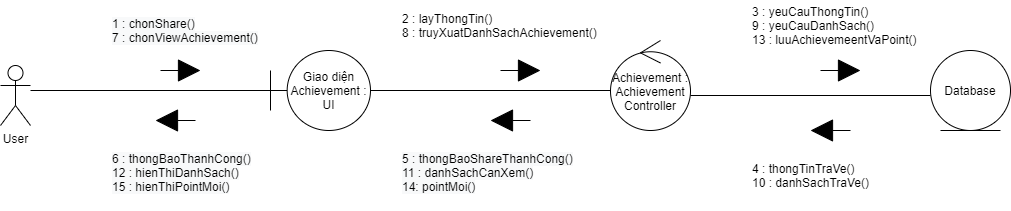
The draw.io diagram ToDoApp-Doc/Document/Diagram/Collaboration Diagram/Achievement/Achievement_CollaborationDiagram.png in Merevoli-DatLuu/To-Do-App, before a commit. Source tidied: cells renumbered, new cells last; positions are measured from the earlier drawing's top-left corner, leaving out a move shared by most shapes.
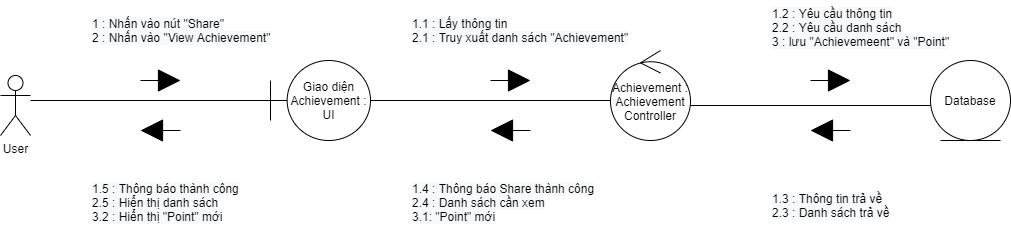
After the commit.

Commit message:
[Modified] : Achievement_CollaborationDiagram Image

What changed in the source:
```diff
@@ -16,8 +16,8 @@
     </mxCell>
     <mxCell id="6" style="html=1;verticalAlign=bottom;endArrow=block;startSize=7;endSize=20;endFill=1;sourcePerimeterSpacing=2;" parent="1" edge="1">
       <mxGeometry x="0.25" y="70" relative="1" as="geometry">
-        <mxPoint x="160" y="70" as="sourcePoint" />
-        <mxPoint x="200" y="70" as="targetPoint" />
+        <mxPoint x="140" y="70" as="sourcePoint" />
+        <mxPoint x="180" y="70" as="targetPoint" />
       </mxGeometry>
     </mxCell>
     <mxCell id="7" style="line;strokeWidth=1;dashed=0;labelPosition=right;align=left;verticalAlign=middle;spacingTop=0;spacingLeft=6;" parent="1" vertex="1">
@@ -28,8 +28,8 @@
     </mxCell>
     <mxCell id="9" style="html=1;verticalAlign=bottom;endArrow=block;startSize=7;endSize=20;endFill=1;sourcePerimeterSpacing=2;" parent="1" edge="1">
       <mxGeometry x="0.25" y="70" relative="1" as="geometry">
-        <mxPoint x="500" y="70" as="sourcePoint" />
-        <mxPoint x="540" y="70" as="targetPoint" />
+        <mxPoint x="490" y="70" as="sourcePoint" />
+        <mxPoint x="530" y="70" as="targetPoint" />
       </mxGeometry>
     </mxCell>
     <mxCell id="10" style="line;strokeWidth=1;dashed=0;labelPosition=right;align=left;verticalAlign=middle;spacingTop=0;spacingLeft=6;" parent="1" vertex="1">
@@ -37,14 +37,14 @@
     </mxCell>
     <mxCell id="11" style="html=1;verticalAlign=bottom;endArrow=block;startSize=7;endSize=20;endFill=1;sourcePerimeterSpacing=2;" parent="1" edge="1">
       <mxGeometry x="0.25" y="70" relative="1" as="geometry">
-        <mxPoint x="820" y="70" as="sourcePoint" />
-        <mxPoint x="860" y="70" as="targetPoint" />
+        <mxPoint x="810" y="70" as="sourcePoint" />
+        <mxPoint x="850" y="70" as="targetPoint" />
       </mxGeometry>
     </mxCell>
     <mxCell id="12" style="html=1;verticalAlign=bottom;endArrow=block;startSize=7;endSize=20;endFill=1;sourcePerimeterSpacing=2;" parent="1" edge="1">
       <mxGeometry x="0.25" y="70" relative="1" as="geometry">
-        <mxPoint x="195" y="120" as="sourcePoint" />
-        <mxPoint x="155" y="120" as="targetPoint" />
+        <mxPoint x="180" y="120" as="sourcePoint" />
+        <mxPoint x="140" y="120" as="targetPoint" />
       </mxGeometry>
     </mxCell>
     <mxCell id="13" value="&lt;span style=&quot;color: rgba(0 , 0 , 0 , 0) ; font-family: monospace ; font-size: 0px&quot;&gt;%3CmxGraphModel%3E%3Croot%3E%3CmxCell%20id%3D%220%22%2F%3E%3CmxCell%20id%3D%221%22%20parent%3D%220%22%2F%3E%3CmxCell%20id%3D%222%22%20value%3D%22%22%20style%3D%22html%3D1%3BverticalAlign%3Dbottom%3BendArrow%3Dblock%3BstartSize%3D7%3BendSize%3D20%3BendFill%3D1%3BsourcePerimeterSpacing%3D2%3B%22%20edge%3D%221%22%20parent%3D%221%22%3E%3CmxGeometry%20x%3D%220.25%22%20y%3D%2270%22%20width%3D%2280%22%20relative%3D%221%22%20as%3D%22geometry%22%3E%3CmxPoint%20x%3D%22190%22%20y%3D%22180%22%20as%3D%22sourcePoint%22%2F%3E%3CmxPoint%20x%3D%22230%22%20y%3D%22180%22%20as%3D%22targetPoint%22%2F%3E%3CmxPoint%20as%3D%22offset%22%2F%3E%3C%2FmxGeometry%3E%3C%2FmxCell%3E%3C%2Froot%3E%3C%2FmxGraphModel%3E&lt;/span&gt;&lt;span style=&quot;color: rgba(0 , 0 , 0 , 0) ; font-family: monospace ; font-size: 0px&quot;&gt;%3CmxGraphModel%3E%3Croot%3E%3CmxCell%20id%3D%220%22%2F%3E%3CmxCell%20id%3D%221%22%20parent%3D%220%22%2F%3E%3CmxCell%20id%3D%222%22%20value%3D%22%22%20style%3D%22html%3D1%3BverticalAlign%3Dbottom%3BendArrow%3Dblock%3BstartSize%3D7%3BendSize%3D20%3BendFill%3D1%3BsourcePerimeterSpacing%3D2%3B%22%20edge%3D%221%22%20parent%3D%221%22%3E%3CmxGeometry%20x%3D%220.25%22%20y%3D%2270%22%20width%3D%2280%22%20relative%3D%221%22%20as%3D%22geometry%22%3E%3CmxPoint%20x%3D%22190%22%20y%3D%22180%22%20as%3D%22sourcePoint%22%2F%3E%3CmxPoint%20x%3D%22230%22%20y%3D%22180%22%20as%3D%22targetPoint%22%2F%3E%3CmxPoint%20as%3D%22offset%22%2F%3E%3C%2FmxGeometry%3E%3C%2FmxCell%3E%3C%2Froot%3E%3C%2FmxGraphModel%3E&lt;/span&gt;" style="text;html=1;align=center;verticalAlign=middle;" parent="1" vertex="1">
@@ -52,8 +52,8 @@
     </mxCell>
     <mxCell id="14" style="html=1;verticalAlign=bottom;endArrow=block;startSize=7;endSize=20;endFill=1;sourcePerimeterSpacing=2;" parent="1" edge="1">
       <mxGeometry x="0.25" y="70" relative="1" as="geometry">
-        <mxPoint x="850" y="130" as="sourcePoint" />
-        <mxPoint x="810" y="130" as="targetPoint" />
+        <mxPoint x="850" y="120" as="sourcePoint" />
+        <mxPoint x="810" y="120" as="targetPoint" />
       </mxGeometry>
     </mxCell>
     <mxCell id="15" style="html=1;verticalAlign=bottom;endArrow=block;startSize=7;endSize=20;endFill=1;sourcePerimeterSpacing=2;" parent="1" edge="1">
@@ -62,23 +62,23 @@
         <mxPoint x="490" y="120" as="targetPoint" />
       </mxGeometry>
     </mxCell>
-    <mxCell id="16" value="&lt;span style=&quot;color: rgb(0 , 0 , 0) ; font-family: &amp;#34;helvetica&amp;#34; ; font-size: 12px ; font-style: normal ; font-weight: 400 ; letter-spacing: normal ; text-indent: 0px ; text-transform: none ; word-spacing: 0px ; background-color: rgb(248 , 249 , 250) ; display: inline ; float: none&quot;&gt;1 : chonShare()&lt;br&gt;&lt;span style=&quot;font-family: &amp;#34;helvetica&amp;#34;&quot;&gt;7 : chonViewAchievement()&lt;/span&gt;&lt;br&gt;&lt;/span&gt;" style="text;whiteSpace=wrap;html=1;" parent="1" vertex="1">
-      <mxGeometry x="110" y="10" width="150" height="30" as="geometry" />
-    </mxCell>
-    <mxCell id="17" value="2 : layThongTin()&lt;br&gt;8 : truyXuatDanhSachAchievement()" style="text;html=1;align=left;verticalAlign=middle;" parent="1" vertex="1">
-      <mxGeometry x="400" y="10" width="210" height="30" as="geometry" />
-    </mxCell>
-    <mxCell id="18" value="3 : yeuCauThongTin()&lt;br&gt;9 : yeuCauDanhSach()&lt;br&gt;13 : luuAchievemeentVaPoint()" style="text;html=1;align=left;verticalAlign=middle;" parent="1" vertex="1">
-      <mxGeometry x="750" width="180" height="50" as="geometry" />
-    </mxCell>
-    <mxCell id="19" value="4 : thongTinTraVe()&lt;br&gt;10 : danhSachTraVe()" style="text;html=1;align=left;verticalAlign=middle;" parent="1" vertex="1">
-      <mxGeometry x="750" y="160" width="130" height="30" as="geometry" />
-    </mxCell>
-    <mxCell id="20" value="&lt;span style=&quot;color: rgb(0 , 0 , 0) ; font-family: &amp;#34;helvetica&amp;#34; ; font-size: 12px ; font-style: normal ; font-weight: 400 ; letter-spacing: normal ; text-indent: 0px ; text-transform: none ; word-spacing: 0px ; background-color: rgb(248 , 249 , 250) ; display: inline ; float: none&quot;&gt;5 : thongBaoShareThanhCong()&lt;br&gt;&lt;span&gt;11 : danhSachCanXem()&lt;br&gt;&lt;/span&gt;&lt;span style=&quot;font-family: &amp;#34;helvetica&amp;#34;&quot;&gt;14: pointMoi()&lt;/span&gt;&lt;br&gt;&lt;/span&gt;" style="text;whiteSpace=wrap;html=1;" parent="1" vertex="1">
-      <mxGeometry x="400" y="145" width="180" height="55" as="geometry" />
-    </mxCell>
-    <mxCell id="21" value="&lt;span style=&quot;color: rgb(0 , 0 , 0) ; font-family: &amp;#34;helvetica&amp;#34; ; font-size: 12px ; font-style: normal ; font-weight: 400 ; letter-spacing: normal ; text-indent: 0px ; text-transform: none ; word-spacing: 0px ; background-color: rgb(248 , 249 , 250) ; display: inline ; float: none&quot;&gt;6 : thongBaoThanhCong()&lt;br&gt;12 : hienThiDanhSach()&lt;br&gt;&lt;span style=&quot;font-family: &amp;#34;helvetica&amp;#34;&quot;&gt;15 : hienThiPointMoi()&lt;/span&gt;&lt;br&gt;&lt;br&gt;&lt;/span&gt;" style="text;whiteSpace=wrap;html=1;align=left;" parent="1" vertex="1">
-      <mxGeometry x="110" y="145" width="150" height="50" as="geometry" />
+    <mxCell id="21" value="&lt;span style=&quot;color: rgb(0 , 0 , 0) ; font-family: &amp;#34;helvetica&amp;#34; ; font-size: 12px ; font-style: normal ; font-weight: 400 ; letter-spacing: normal ; text-indent: 0px ; text-transform: none ; word-spacing: 0px ; background-color: rgb(248 , 249 , 250) ; display: inline ; float: none&quot;&gt;1 : Nhấn vào nút &quot;Share&quot;&lt;br&gt;&lt;span style=&quot;font-family: &amp;#34;helvetica&amp;#34;&quot;&gt;2 : Nhấn vào &quot;View Achievement&quot;&lt;/span&gt;&lt;br&gt;&lt;/span&gt;" style="text;whiteSpace=wrap;html=1;" parent="1" vertex="1">
+      <mxGeometry x="90" width="190" height="30" as="geometry" />
     </mxCell>
+    <mxCell id="22" value="&lt;span style=&quot;color: rgb(0 , 0 , 0) ; font-family: &amp;#34;helvetica&amp;#34; ; font-size: 12px ; font-style: normal ; font-weight: 400 ; letter-spacing: normal ; text-indent: 0px ; text-transform: none ; word-spacing: 0px ; background-color: rgb(248 , 249 , 250) ; display: inline ; float: none&quot;&gt;1.1 : Lấy thông tin&lt;br&gt;&lt;span style=&quot;font-family: &amp;#34;helvetica&amp;#34;&quot;&gt;2.1 : Truy xuất danh sách &quot;Achievement&quot;&lt;/span&gt;&lt;br&gt;&lt;/span&gt;" style="text;whiteSpace=wrap;html=1;" parent="1" vertex="1">
+      <mxGeometry x="410" width="220" height="30" as="geometry" />
+    </mxCell>
+    <mxCell id="23" value="&lt;span style=&quot;color: rgb(0 , 0 , 0) ; font-family: &amp;#34;helvetica&amp;#34; ; font-size: 12px ; font-style: normal ; font-weight: 400 ; letter-spacing: normal ; text-indent: 0px ; text-transform: none ; word-spacing: 0px ; background-color: rgb(248 , 249 , 250) ; display: inline ; float: none&quot;&gt;1.2 : Yêu cầu thông tin&lt;br&gt;&lt;span style=&quot;font-family: &amp;#34;helvetica&amp;#34;&quot;&gt;2.2 : Yêu cầu danh sách&lt;br&gt;&lt;/span&gt;&lt;span style=&quot;font-family: &amp;#34;helvetica&amp;#34;&quot;&gt;3 : lưu &quot;Achievemeent&quot; và &quot;Point&quot;&lt;/span&gt;&lt;br&gt;&lt;/span&gt;" style="text;whiteSpace=wrap;html=1;" parent="1" vertex="1">
+      <mxGeometry x="770" y="-10" width="180" height="50" as="geometry" />
+    </mxCell>
+    <mxCell id="24" value="&lt;span style=&quot;color: rgb(0 , 0 , 0) ; font-family: &amp;#34;helvetica&amp;#34; ; font-size: 12px ; font-style: normal ; font-weight: 400 ; letter-spacing: normal ; text-indent: 0px ; text-transform: none ; word-spacing: 0px ; background-color: rgb(248 , 249 , 250) ; display: inline ; float: none&quot;&gt;1.3 : Thông tin trả về&lt;br&gt;&lt;span style=&quot;font-family: &amp;#34;helvetica&amp;#34;&quot;&gt;2.3 : Danh sách trả về&lt;/span&gt;&lt;br&gt;&lt;/span&gt;" style="text;whiteSpace=wrap;html=1;" parent="1" vertex="1">
+      <mxGeometry x="770" y="175" width="140" height="30" as="geometry" />
+    </mxCell>
+    <mxCell id="25" value="&lt;span style=&quot;color: rgb(0 , 0 , 0) ; font-family: &amp;#34;helvetica&amp;#34; ; font-size: 12px ; font-style: normal ; font-weight: 400 ; letter-spacing: normal ; text-indent: 0px ; text-transform: none ; word-spacing: 0px ; background-color: rgb(248 , 249 , 250) ; display: inline ; float: none&quot;&gt;1.4 : Thông báo Share thành công&lt;br&gt;&lt;span&gt;2.4 : Danh sách cần xem&lt;br&gt;&lt;/span&gt;&lt;span style=&quot;font-family: &amp;#34;helvetica&amp;#34;&quot;&gt;3.1: &quot;Point&quot; mới&lt;/span&gt;&lt;br&gt;&lt;/span&gt;" style="text;whiteSpace=wrap;html=1;" parent="1" vertex="1">
+      <mxGeometry x="410" y="165" width="190" height="50" as="geometry" />
+    </mxCell>
+    <mxCell id="26" value="&lt;span style=&quot;color: rgb(0 , 0 , 0) ; font-family: &amp;#34;helvetica&amp;#34; ; font-size: 12px ; font-style: normal ; font-weight: 400 ; letter-spacing: normal ; text-indent: 0px ; text-transform: none ; word-spacing: 0px ; background-color: rgb(248 , 249 , 250) ; display: inline ; float: none&quot;&gt;1.5 : Thông báo thành công&lt;br&gt;2.5 : Hiển thị danh sách&lt;br&gt;&lt;span style=&quot;font-family: &amp;#34;helvetica&amp;#34;&quot;&gt;3.2 : Hiển thị &quot;Point&quot; mới&lt;/span&gt;&lt;br&gt;&lt;/span&gt;" style="text;whiteSpace=wrap;html=1;" parent="1" vertex="1">
+      <mxGeometry x="90" y="165" width="150" height="50" as="geometry" />
+    </mxCell>
   </root>
 </mxGraphModel>
```
